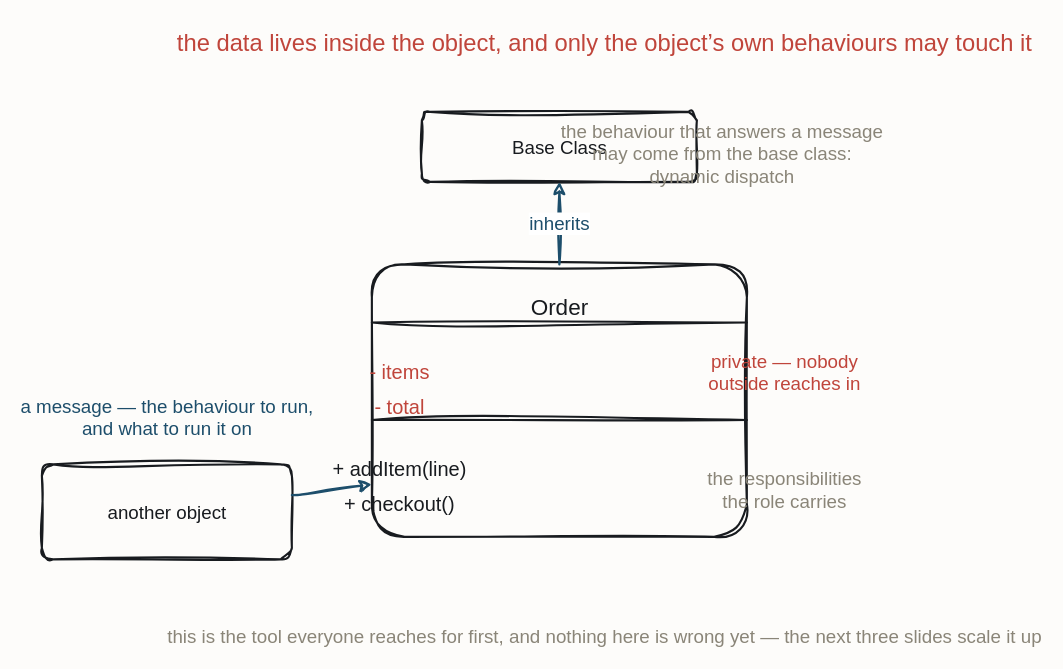
iancooper/practical-messaging keeps this draw.io diagram as resources/flow-oo-class.drawio. Above is the earlier version. Source tidied: cells renumbered, new cells numbered last; positions are measured from the earlier drawing's top-left corner, leaving out a move shared by most shapes. Both pictures are drawn from the tidied source at 125%, with x=0, y=0 at pixel (41, 21).
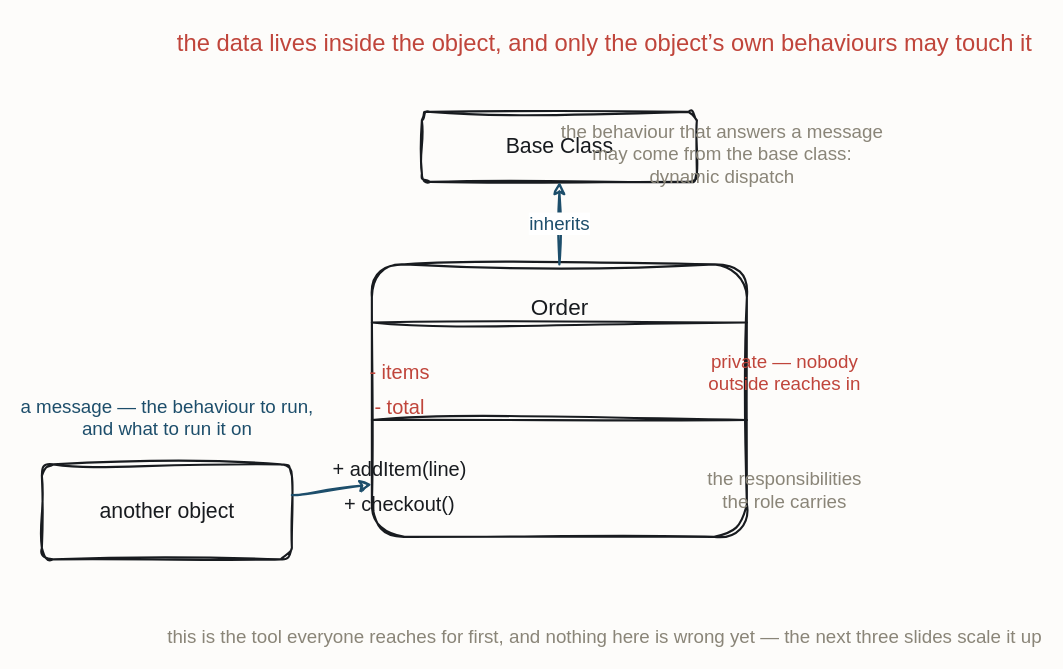
After the change.

Change to the diagram source:
```diff
@@
-    <mxCell id="3" value="Base Class" style="sketch=1;hachureGap=4;jiggle=2;curveFitting=1;fontFamily=Caveat;html=1;rounded=1;arcSize=12;strokeColor=#181B1F;strokeWidth=1.7;fillColor=none;fontColor=#181B1F;fontSize=15;" parent="1" vertex="1">
+    <mxCell id="3" value="Base Class" style="sketch=1;hachureGap=4;jiggle=2;curveFitting=1;fontFamily=Caveat;html=1;rounded=1;arcSize=12;strokeColor=#181B1F;strokeWidth=1.7;fillColor=none;fontColor=#181B1F;fontSize=17;" parent="1" vertex="1">
       <mxGeometry x="304" y="72" width="220" height="56" as="geometry" />
     </mxCell>
@@
-    <mxCell id="15" value="another object" style="sketch=1;hachureGap=4;jiggle=2;curveFitting=1;fontFamily=Caveat;html=1;rounded=1;arcSize=12;strokeColor=#181B1F;strokeWidth=1.7;fillColor=none;fontColor=#181B1F;fontSize=15;" parent="1" vertex="1">
+    <mxCell id="15" value="another object" style="sketch=1;hachureGap=4;jiggle=2;curveFitting=1;fontFamily=Caveat;html=1;rounded=1;arcSize=12;strokeColor=#181B1F;strokeWidth=1.7;fillColor=none;fontColor=#181B1F;fontSize=17;" parent="1" vertex="1">
       <mxGeometry y="354" width="200" height="76" as="geometry" />
     </mxCell>
```
